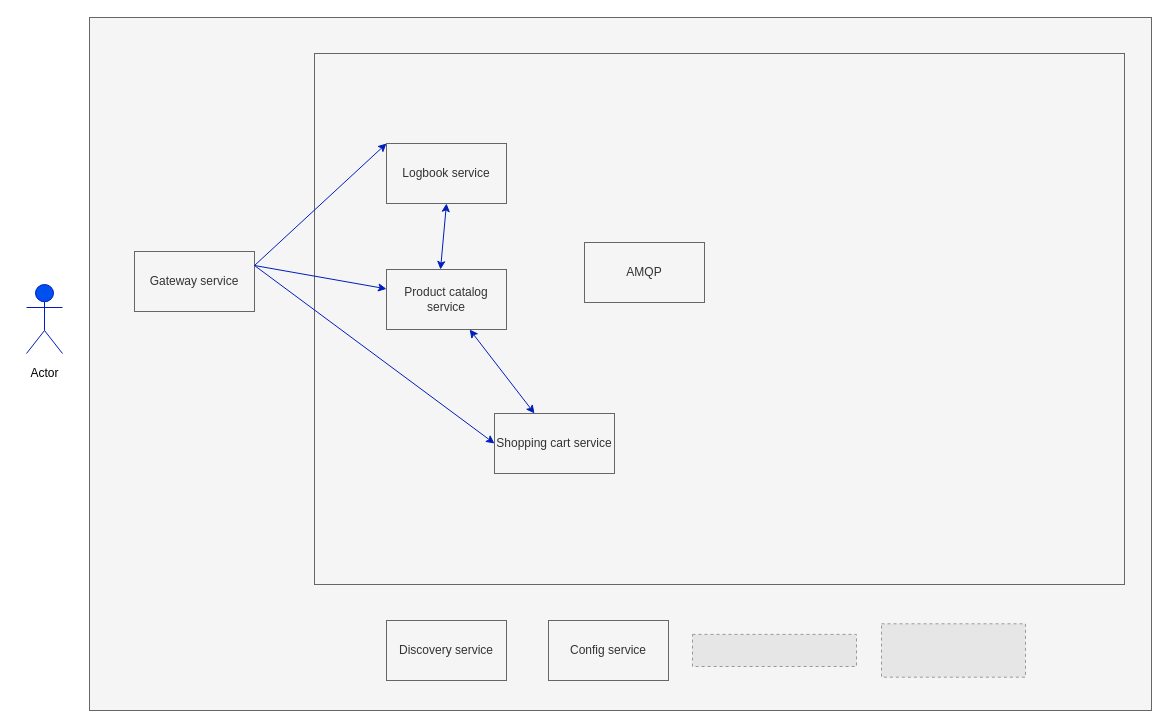
Earlier version of the draw.io diagram architecture/architecture_java.drawio (pxlit-projects/learning-microservices-with-spring-cloud-Christos-Lappas). Source tidied: cells renumbered, new cells numbered last; positions are measured from the earlier drawing's top-left corner, leaving out a move shared by most shapes. Both pictures are drawn from the tidied source at 100%, with x=0, y=0 at pixel (17, 17). Pictures stored in the file or linked from it are replaced by grey dashed boxes.
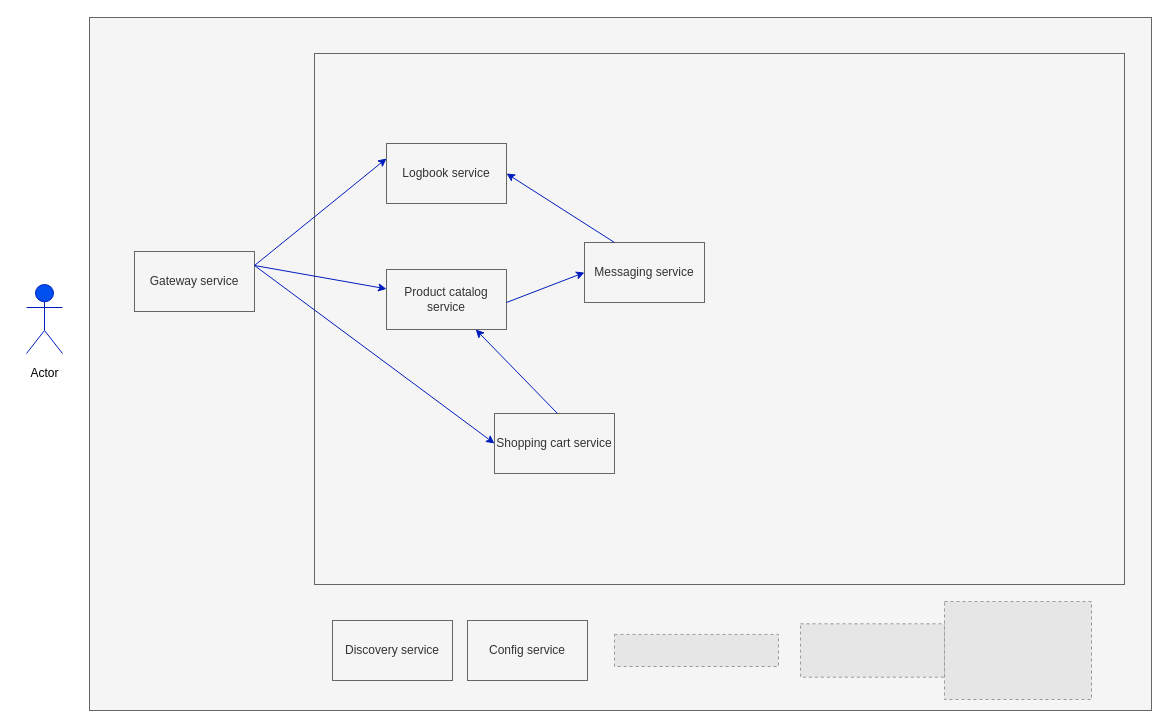
The same diagram, later.

The change refers to these unchanged cells:
```xml
<mxCell id="5" value="Logbook service" style="rounded=0;whiteSpace=wrap;html=1;fillColor=#f5f5f5;fontColor=#333333;strokeColor=#666666;" parent="1" vertex="1">
  <mxGeometry x="369" y="126" width="120" height="60" as="geometry" />
</mxCell>
<mxCell id="6" value="Product catalog service" style="rounded=0;whiteSpace=wrap;html=1;fillColor=#f5f5f5;fontColor=#333333;strokeColor=#666666;" parent="1" vertex="1">
  <mxGeometry x="369" y="252" width="120" height="60" as="geometry" />
</mxCell>
```

The edit, as a diff of the source:
```diff
@@
     <mxCell id="8" value="Discovery service" style="rounded=0;whiteSpace=wrap;html=1;fillColor=#f5f5f5;fontColor=#333333;strokeColor=#666666;" parent="1" vertex="1">
-      <mxGeometry x="369" y="603" width="120" height="60" as="geometry" />
+      <mxGeometry x="315" y="603" width="120" height="60" as="geometry" />
     </mxCell>
     <mxCell id="9" value="Config service" style="rounded=0;whiteSpace=wrap;html=1;fillColor=#f5f5f5;fontColor=#333333;strokeColor=#666666;" parent="1" vertex="1">
-      <mxGeometry x="531" y="603" width="120" height="60" as="geometry" />
+      <mxGeometry x="450" y="603" width="120" height="60" as="geometry" />
     </mxCell>
@@
-    <mxCell id="12" style="endArrow=classic;html=1;rounded=0;entryX=0;entryY=0;entryDx=0;entryDy=0;fillColor=#0050ef;strokeColor=#001DBC;" parent="1" edge="1" target="5">
+    <mxCell id="12" style="endArrow=classic;html=1;rounded=0;entryX=0;entryY=0.25;entryDx=0;entryDy=0;fillColor=#0050ef;strokeColor=#001DBC;" parent="1" edge="1" target="5">
       <mxGeometry relative="1" as="geometry">
         <mxPoint x="237" y="248" as="sourcePoint" />
       </mxGeometry>
     </mxCell>
@@
-    <mxCell id="15" style="endArrow=classic;startArrow=classic;html=1;rounded=0;fillColor=#0050ef;strokeColor=#001DBC;" parent="1" edge="1" target="6">
-      <mxGeometry relative="1" as="geometry">
-        <mxPoint x="517" y="396" as="sourcePoint" />
-      </mxGeometry>
-    </mxCell>
-    <mxCell id="16" style="endArrow=classic;startArrow=classic;html=1;rounded=0;entryX=0.5;entryY=1;entryDx=0;entryDy=0;fillColor=#0050ef;strokeColor=#001DBC;" parent="1" edge="1" target="5">
-      <mxGeometry relative="1" as="geometry">
-        <mxPoint x="423" y="252" as="sourcePoint" />
-      </mxGeometry>
-    </mxCell>
-    <mxCell id="17" value="AMQP" style="rounded=0;whiteSpace=wrap;html=1;fillColor=#f5f5f5;fontColor=#333333;strokeColor=#666666;" parent="1" vertex="1">
+    <mxCell id="17" value="Messaging service" style="rounded=0;whiteSpace=wrap;html=1;fillColor=#f5f5f5;fontColor=#333333;strokeColor=#666666;" parent="1" vertex="1">
       <mxGeometry x="567" y="225" width="120" height="60" as="geometry" />
     </mxCell>
     <mxCell id="18" style="fillColor=#E6E6E6;strokeColor=#999999;dashed=1;verticalLabelPosition=bottom;labelBackgroundColor=default;verticalAlign=top;" parent="1" vertex="1">
-      <mxGeometry x="675" y="616.9" width="164" height="32.1" as="geometry" />
+      <mxGeometry x="597" y="616.9" width="164" height="32.1" as="geometry" />
     </mxCell>
     <mxCell id="19" style="fillColor=#E6E6E6;strokeColor=#999999;dashed=1;verticalLabelPosition=bottom;labelBackgroundColor=default;verticalAlign=top;" parent="1" vertex="1">
-      <mxGeometry x="864" y="606.3" width="144" height="53.4" as="geometry" />
+      <mxGeometry x="783" y="606.3" width="144" height="53.4" as="geometry" />
     </mxCell>
+    <mxCell id="20" style="endArrow=classic;html=1;rounded=0;fillColor=#0050ef;strokeColor=#001DBC;entryX=0;entryY=0.5;entryDx=0;entryDy=0;" parent="1" edge="1" target="17">
+      <mxGeometry relative="1" as="geometry">
+        <mxPoint x="489" y="285" as="sourcePoint" />
+      </mxGeometry>
+    </mxCell>
+    <mxCell id="21" style="endArrow=classic;html=1;rounded=0;fillColor=#0050ef;strokeColor=#001DBC;entryX=1;entryY=0.5;entryDx=0;entryDy=0;" parent="1" edge="1" target="5">
+      <mxGeometry relative="1" as="geometry">
+        <mxPoint x="597" y="225" as="sourcePoint" />
+      </mxGeometry>
+    </mxCell>
+    <mxCell id="22" style="endArrow=classic;html=1;rounded=0;fillColor=#0050ef;strokeColor=#001DBC;" parent="1" edge="1" target="6">
+      <mxGeometry relative="1" as="geometry">
+        <mxPoint x="540" y="396" as="sourcePoint" />
+      </mxGeometry>
+    </mxCell>
+    <mxCell id="23" style="fillColor=#E6E6E6;strokeColor=#999999;dashed=1;verticalLabelPosition=bottom;labelBackgroundColor=default;verticalAlign=top;" parent="1" vertex="1">
+      <mxGeometry x="927" y="584" width="147" height="98" as="geometry" />
+    </mxCell>
```
